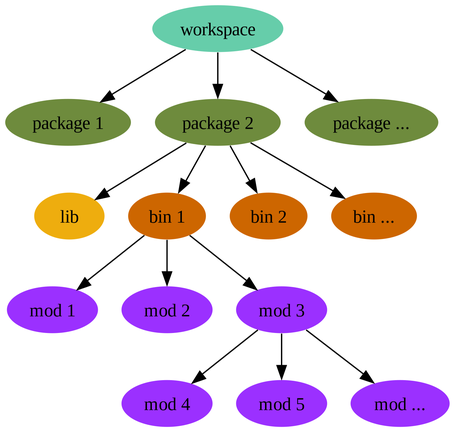
senekor/rust-workshop keeps this Graphviz diagram as slides/day/2/public/proj_org.png. Above is the earlier version. Its source is kept beside it as slides/day/2/theory/7_proj_org/proj_org.dot.
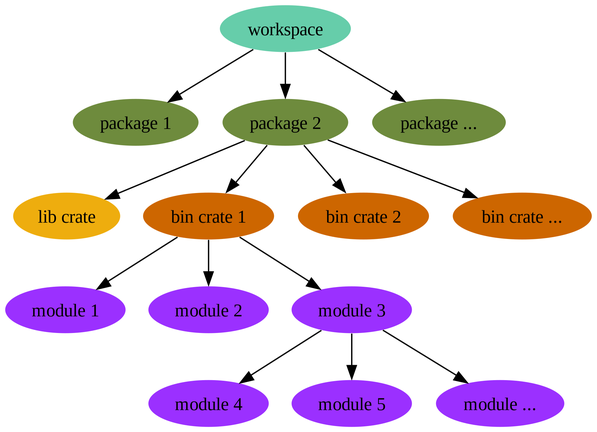
Above is the later version.

Diff of the diagram source:
```diff
@@ -14,28 +14,28 @@
     "package 2" [style = filled;fillcolor = "darkolivegreen4";];
     "package ..." [style = filled;fillcolor = "darkolivegreen4";];
 
-    "package 2" -> lib;
-    "package 2" -> "bin 1";
-    "package 2" -> "bin 2";
-    "package 2" -> "bin ...";
+    "package 2" -> "lib crate";
+    "package 2" -> "bin crate 1";
+    "package 2" -> "bin crate 2";
+    "package 2" -> "bin crate ...";
 
-    lib [style = filled;fillcolor = "darkgoldenrod2";];
-    "bin 1" [style = filled;fillcolor = "darkorange3";];
-    "bin 2" [style = filled;fillcolor = "darkorange3";];
-    "bin ..." [style = filled;fillcolor = "darkorange3";];
+    "lib crate" [style = filled;fillcolor = "darkgoldenrod2";];
+    "bin crate 1" [style = filled;fillcolor = "darkorange3";];
+    "bin crate 2" [style = filled;fillcolor = "darkorange3";];
+    "bin crate ..." [style = filled;fillcolor = "darkorange3";];
 
-    "bin 1" -> "mod 1";
-    "bin 1" -> "mod 2";
-    "bin 1" -> "mod 3";
+    "bin crate 1" -> "module 1";
+    "bin crate 1" -> "module 2";
+    "bin crate 1" -> "module 3";
 
-    "mod 3" -> "mod 4";
-    "mod 3" -> "mod 5";
-    "mod 3" -> "mod ...";
+    "module 3" -> "module 4";
+    "module 3" -> "module 5";
+    "module 3" -> "module ...";
 
-    "mod 1" [style = filled;fillcolor = "purple1";];
-    "mod 2" [style = filled;fillcolor = "purple1";];
-    "mod 3" [style = filled;fillcolor = "purple1";];
-    "mod 4" [style = filled;fillcolor = "purple1";];
-    "mod 5" [style = filled;fillcolor = "purple1";];
-    "mod ..." [style = filled;fillcolor = "purple1";];
+    "module 1" [style = filled;fillcolor = "purple1";];
+    "module 2" [style = filled;fillcolor = "purple1";];
+    "module 3" [style = filled;fillcolor = "purple1";];
+    "module 4" [style = filled;fillcolor = "purple1";];
+    "module 5" [style = filled;fillcolor = "purple1";];
+    "module ..." [style = filled;fillcolor = "purple1";];
 }
```
